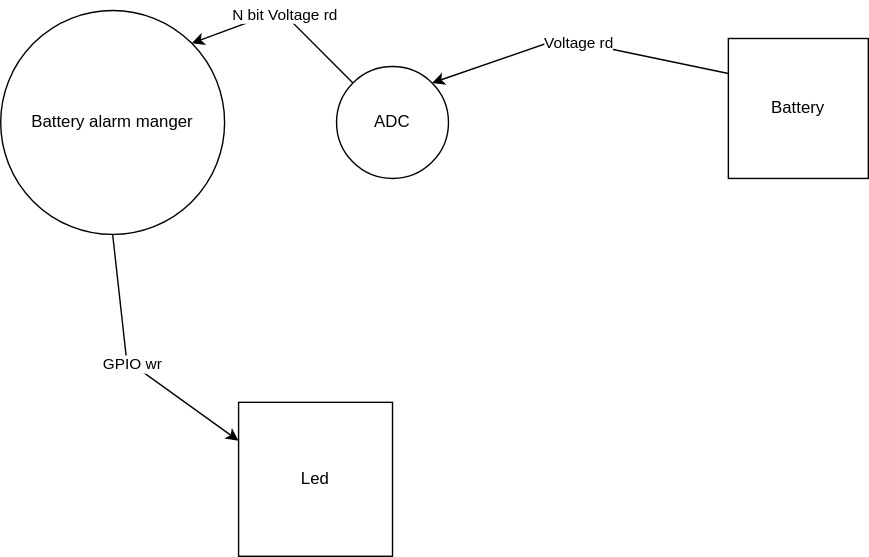
This is diagrams/level2_battery_alarm.svg from Tonyb94/PPG-Signal-Processing, a draw.io export, as it was before one commit. Source tidied: cells renumbered, new cells last; positions are measured from the earlier drawing's top-left corner, leaving out a move shared by most shapes.
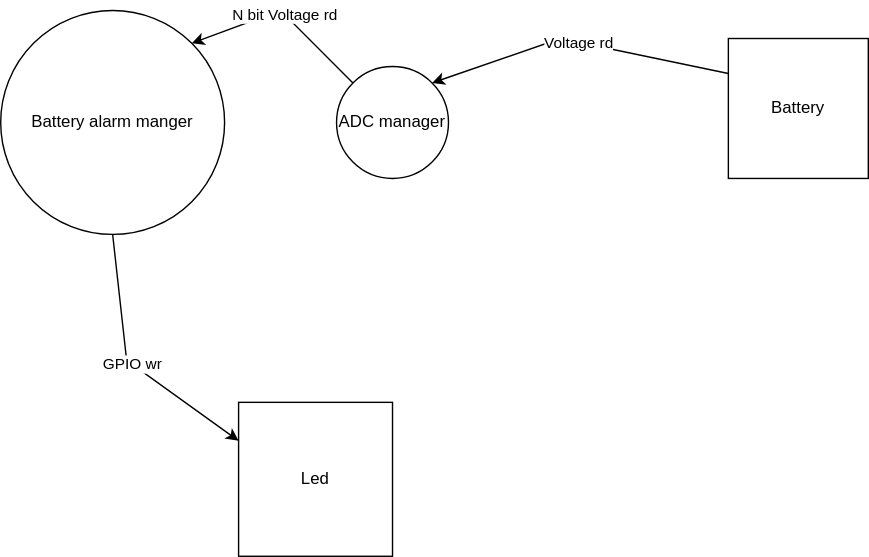
After the commit.

Diff of the diagram source:
```diff
@@ -8,7 +8,7 @@
     <mxCell id="3" value="Battery" style="whiteSpace=wrap;html=1;" parent="1" vertex="1">
       <mxGeometry x="520" y="20" width="100" height="100" as="geometry" />
     </mxCell>
-    <mxCell id="4" value="ADC" style="ellipse;whiteSpace=wrap;html=1;" parent="1" vertex="1">
+    <mxCell id="4" value="ADC manager" style="ellipse;whiteSpace=wrap;html=1;" parent="1" vertex="1">
       <mxGeometry x="240" y="40" width="80" height="80" as="geometry" />
     </mxCell>
     <mxCell id="5" style="endArrow=classic;html=1;rounded=0;exitX=0;exitY=0.25;exitDx=0;exitDy=0;entryX=1;entryY=0;entryDx=0;entryDy=0;" parent="1" edge="1" source="3" target="4">
```
